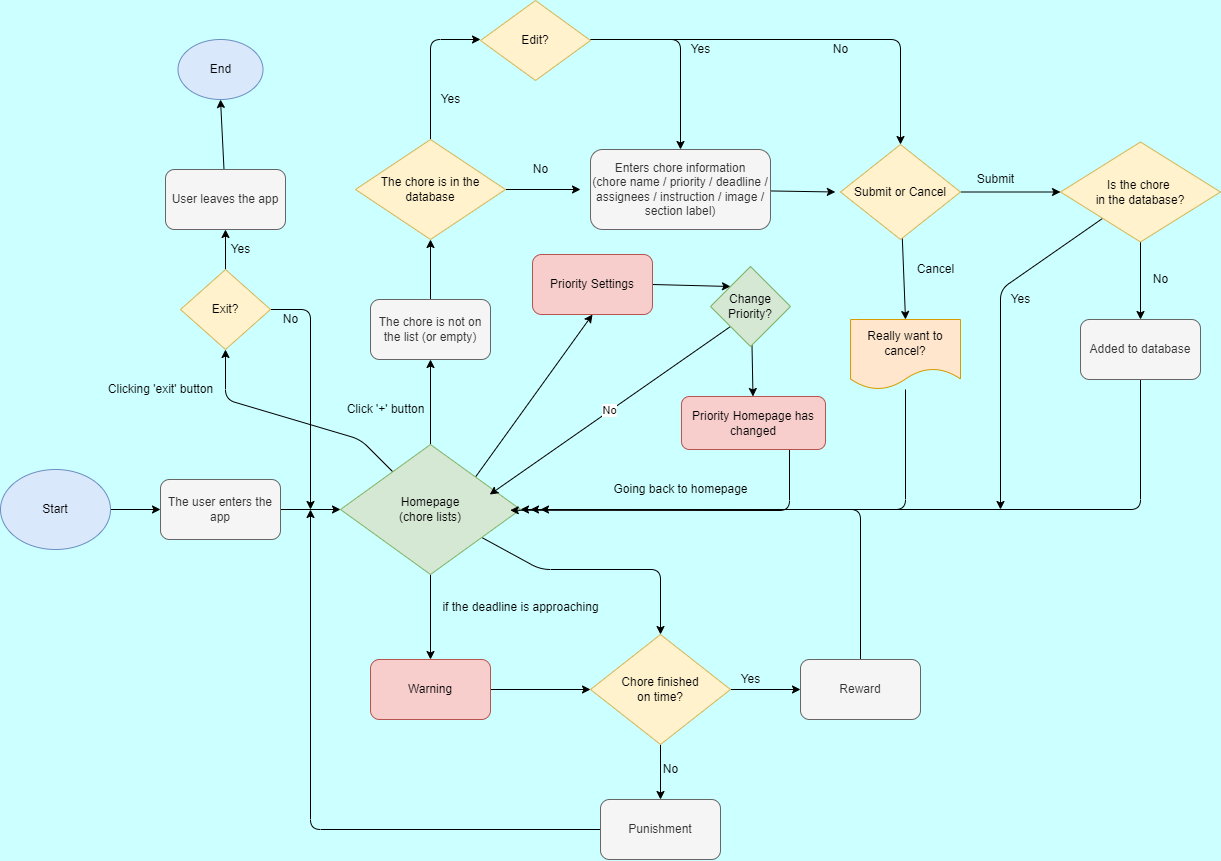
Above: specs/UX_flowChart.drawio.png in cse110-fa22-group28/cse110-fa22-group28 (draw.io), before the change. Source tidied: cells renumbered, new cells last; positions are measured from the earlier drawing's top-left corner, leaving out a move shared by most shapes.
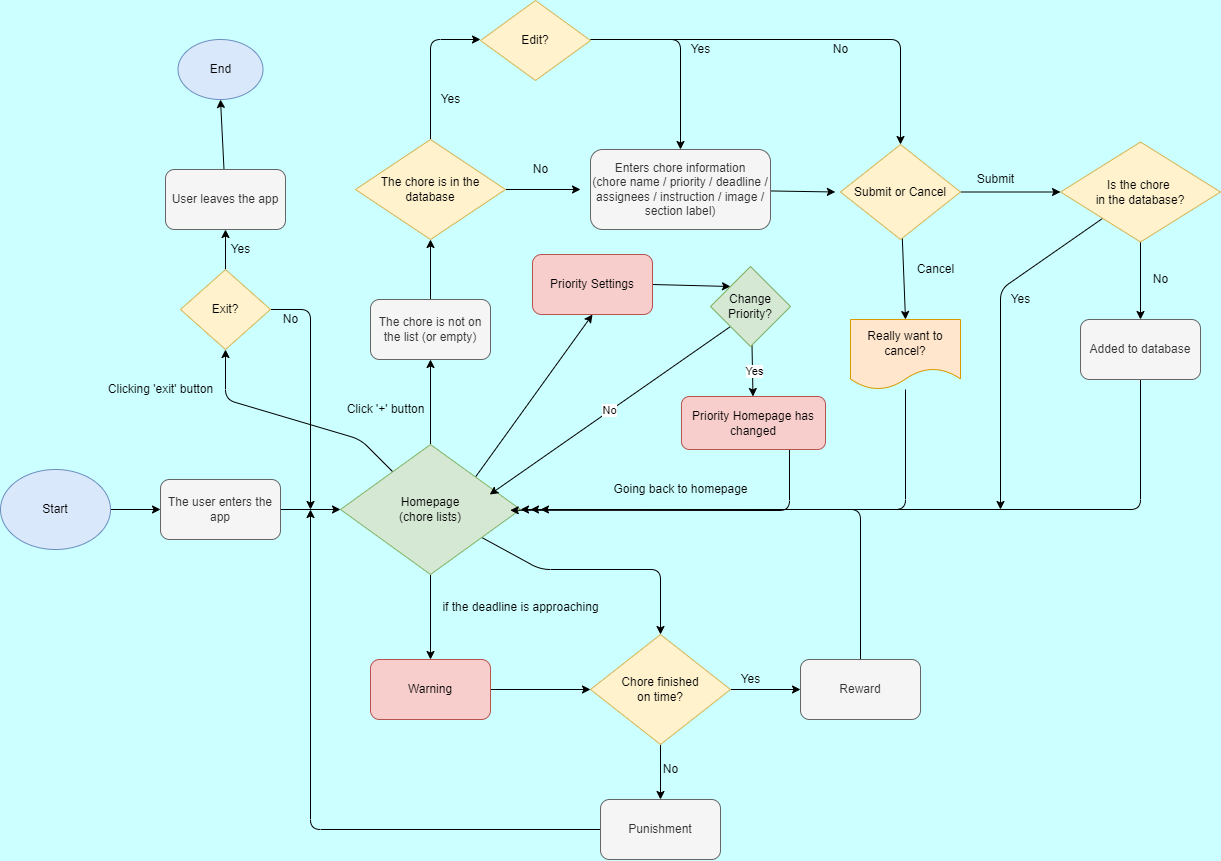
Later version of the same file.

Commit message:
Updated based on Team Leader Feedback

Change to the diagram source:
```diff
@@ -250,9 +250,12 @@
     <mxCell id="65" value="No" style="edgeStyle=none;html=1;exitX=0;exitY=1;exitDx=0;exitDy=0;entryX=0.829;entryY=0.385;entryDx=0;entryDy=0;entryPerimeter=0;" parent="1" edge="1" source="67" target="11">
       <mxGeometry relative="1" as="geometry" />
     </mxCell>
-    <mxCell id="66" value="Yes" style="edgeStyle=none;html=1;exitX=0.5;exitY=0;exitDx=0;exitDy=0;" parent="1" edge="1" source="67" target="69">
+    <mxCell id="66" style="edgeStyle=none;html=1;exitX=0.5;exitY=0;exitDx=0;exitDy=0;" parent="1" edge="1" source="67" target="69">
       <mxGeometry relative="1" as="geometry" />
     </mxCell>
+    <mxCell id="70" value="Yes" style="edgeLabel;html=1;align=center;verticalAlign=middle;" parent="66" vertex="1">
+      <mxGeometry x="0.59" y="1" relative="1" as="geometry" />
+    </mxCell>
     <mxCell id="67" value="Change Priority?" style="rhombus;whiteSpace=wrap;html=1;fillColor=#d5e8d4;strokeColor=#82b366;" parent="1" vertex="1">
       <mxGeometry x="710" y="266" width="80" height="80" as="geometry" />
     </mxCell>
```
